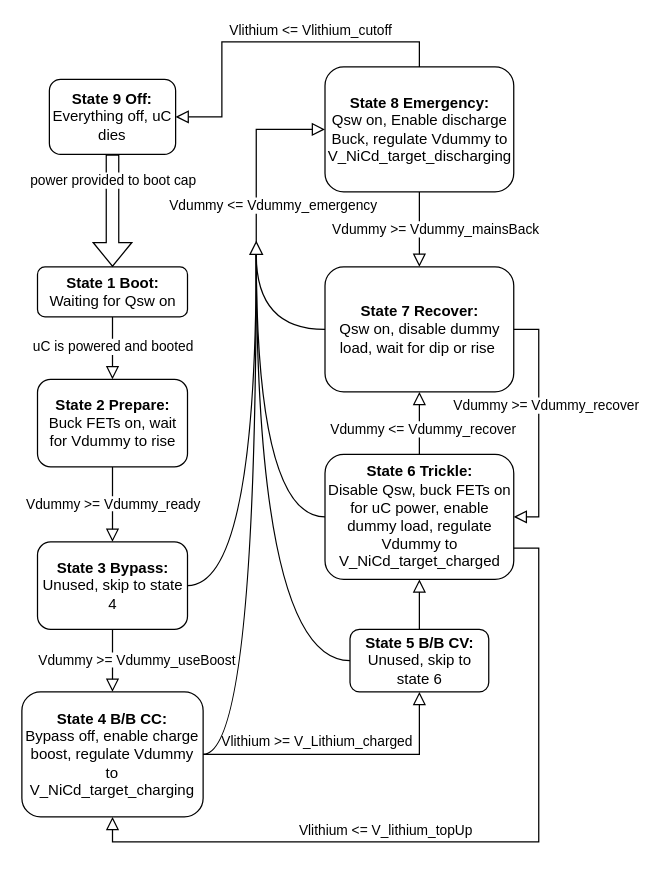
BStainthorpe/Flowcharts keeps this draw.io diagram as Untitled Diagram.drawio. Above is the earlier version. Source tidied: cells renumbered, new cells numbered last; positions are measured from the earlier drawing's top-left corner, leaving out a move shared by most shapes. Both pictures are drawn from the tidied source at 125%, with x=0, y=0 at pixel (21, 41).
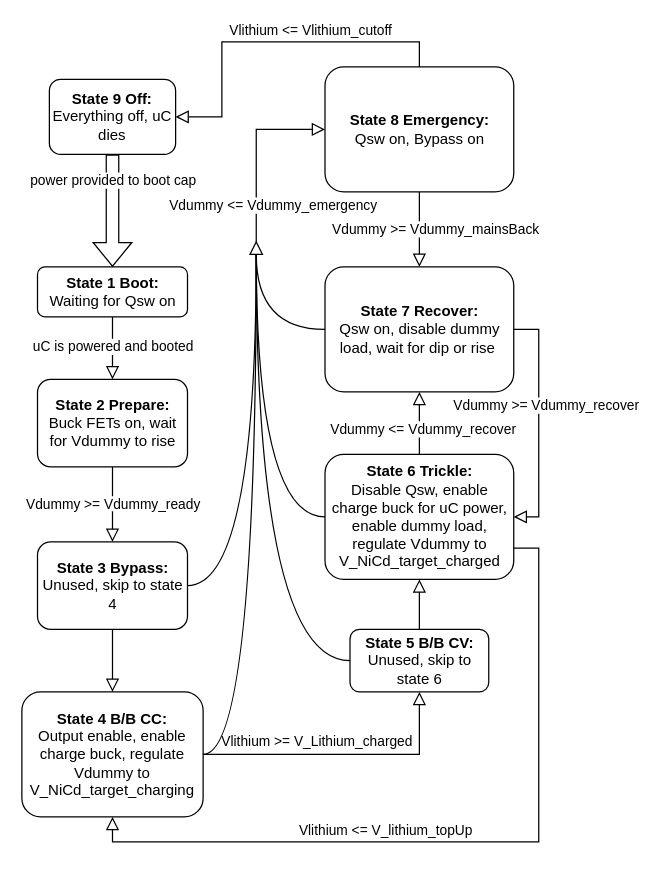
Above is the later version.

Unchanged cells that the change refers to:
```xml
<mxCell id="8" value="&lt;b&gt;State 3 Bypass:&lt;/b&gt;&lt;div&gt;Unused, skip to state 4&lt;/div&gt;" style="rounded=1;whiteSpace=wrap;html=1;fontSize=12;glass=0;strokeWidth=1;shadow=0;" parent="1" vertex="1">
  <mxGeometry x="12.5" y="400" width="120" height="70" as="geometry" />
</mxCell>
```

The edit, as a diff of the source:
```diff
@@
-    <mxCell id="5" value="&lt;span style=&quot;background-color: rgb(255, 255, 255);&quot;&gt;Vdummy &amp;gt;= Vdummy_useBoost&lt;/span&gt;" style="rounded=0;html=1;jettySize=auto;fontSize=11;endArrow=block;endFill=0;endSize=8;strokeWidth=1;shadow=0;labelBackgroundColor=none;edgeStyle=orthogonalEdgeStyle;exitX=0.5;exitY=1;exitDx=0;exitDy=0;entryX=0.5;entryY=0;entryDx=0;entryDy=0;" parent="1" edge="1" source="8" target="9">
+    <mxCell id="5" style="rounded=0;html=1;jettySize=auto;fontSize=11;endArrow=block;endFill=0;endSize=8;strokeWidth=1;shadow=0;labelBackgroundColor=none;edgeStyle=orthogonalEdgeStyle;exitX=0.5;exitY=1;exitDx=0;exitDy=0;entryX=0.5;entryY=0;entryDx=0;entryDy=0;" parent="1" edge="1" source="8" target="9">
       <mxGeometry x="0.05" y="19" relative="1" as="geometry">
         <mxPoint y="-1" as="offset" />
       </mxGeometry>
     </mxCell>
@@
-    <mxCell id="9" value="&lt;b&gt;State 4 B/B CC:&lt;/b&gt;&lt;div&gt;Bypass off, enable charge boost, regulate Vdummy to V_NiCd_target_charging&lt;/div&gt;" style="rounded=1;whiteSpace=wrap;html=1;fontSize=12;glass=0;strokeWidth=1;shadow=0;" parent="1" vertex="1">
+    <mxCell id="9" value="&lt;b&gt;State 4 B/B CC:&lt;/b&gt;&lt;div&gt;Output enable, enable charge buck, regulate Vdummy to V_NiCd_target_charging&lt;/div&gt;" style="rounded=1;whiteSpace=wrap;html=1;fontSize=12;glass=0;strokeWidth=1;shadow=0;" parent="1" vertex="1">
       <mxGeometry y="520" width="145" height="100" as="geometry" />
     </mxCell>
@@
-    <mxCell id="12" value="&lt;b&gt;State 6 Trickle:&lt;/b&gt;&lt;div&gt;Disable Qsw, buck FETs on for uC power, enable dummy load, regulate Vdummy to V_NiCd_target_charged&lt;/div&gt;" style="rounded=1;whiteSpace=wrap;html=1;fontSize=12;glass=0;strokeWidth=1;shadow=0;" parent="1" vertex="1">
+    <mxCell id="12" value="&lt;b&gt;State 6 Trickle:&lt;/b&gt;&lt;div&gt;Disable Qsw, enable charge buck for uC power, enable dummy load, regulate Vdummy to V_NiCd_target_charged&lt;/div&gt;" style="rounded=1;whiteSpace=wrap;html=1;fontSize=12;glass=0;strokeWidth=1;shadow=0;" parent="1" vertex="1">
       <mxGeometry x="242.5" y="330" width="151" height="100" as="geometry" />
     </mxCell>
@@
-    <mxCell id="20" value="&lt;b&gt;State 8 Emergency:&lt;/b&gt;&lt;div&gt;Qsw on, Enable discharge Buck, regulate Vdummy to V_NiCd_target_discharging&lt;/div&gt;" style="rounded=1;whiteSpace=wrap;html=1;fontSize=12;glass=0;strokeWidth=1;shadow=0;" parent="1" vertex="1">
+    <mxCell id="20" value="&lt;b&gt;State 8 Emergency:&lt;/b&gt;&lt;div&gt;Qsw on, Bypass on&lt;/div&gt;" style="rounded=1;whiteSpace=wrap;html=1;fontSize=12;glass=0;strokeWidth=1;shadow=0;" parent="1" vertex="1">
       <mxGeometry x="242.5" y="20" width="151" height="100" as="geometry" />
     </mxCell>
```
